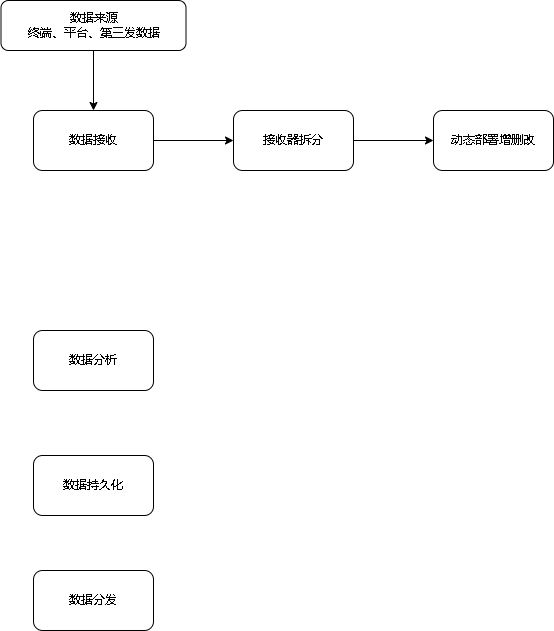
This is 808后台架构.drawio.png from xktder/draw, a draw.io export, as it was before one commit. Source tidied: cells renumbered, new cells last; positions are measured from the earlier drawing's top-left corner, leaving out a move shared by most shapes. Its diagram source:
```xml
<mxGraphModel>
  <root>
    <mxCell id="0" />
    <mxCell id="1" parent="0" />
    <mxCell id="2" style="edgeStyle=orthogonalEdgeStyle;rounded=0;jettySize=auto;html=1;entryX=0.5;entryY=0;entryDx=0;entryDy=0;curved=1;" parent="1" edge="1" source="3" target="5">
      <mxGeometry relative="1" as="geometry" />
    </mxCell>
    <mxCell id="3" value="数据来源&lt;br&gt;终端、平台、第三发数据" style="rounded=1;whiteSpace=wrap;html=1;" parent="1" vertex="1">
      <mxGeometry x="-0.5" width="185" height="50" as="geometry" />
    </mxCell>
    <mxCell id="4" style="edgeStyle=orthogonalEdgeStyle;curved=1;rounded=0;jettySize=auto;html=1;" parent="1" edge="1" source="5" target="10">
      <mxGeometry relative="1" as="geometry" />
    </mxCell>
    <mxCell id="5" value="数据接收" style="rounded=1;whiteSpace=wrap;html=1;" parent="1" vertex="1">
      <mxGeometry x="32" y="110" width="120" height="60" as="geometry" />
    </mxCell>
    <mxCell id="6" value="数据分析" style="rounded=1;whiteSpace=wrap;html=1;" parent="1" vertex="1">
      <mxGeometry x="32" y="330" width="120" height="60" as="geometry" />
    </mxCell>
    <mxCell id="7" value="数据持久化" style="rounded=1;whiteSpace=wrap;html=1;" parent="1" vertex="1">
      <mxGeometry x="32" y="455" width="120" height="60" as="geometry" />
    </mxCell>
    <mxCell id="8" value="数据分发" style="rounded=1;whiteSpace=wrap;html=1;" parent="1" vertex="1">
      <mxGeometry x="32" y="570" width="120" height="60" as="geometry" />
    </mxCell>
    <mxCell id="9" style="edgeStyle=orthogonalEdgeStyle;curved=1;rounded=0;jettySize=auto;html=1;" parent="1" edge="1" source="10" target="11">
      <mxGeometry relative="1" as="geometry" />
    </mxCell>
    <mxCell id="10" value="接收器拆分" style="whiteSpace=wrap;html=1;rounded=1;" parent="1" vertex="1">
      <mxGeometry x="232" y="110" width="120" height="60" as="geometry" />
    </mxCell>
    <mxCell id="11" value="动态部署增删改" style="whiteSpace=wrap;html=1;rounded=1;" parent="1" vertex="1">
      <mxGeometry x="432" y="110" width="120" height="60" as="geometry" />
    </mxCell>
  </root>
</mxGraphModel>
```
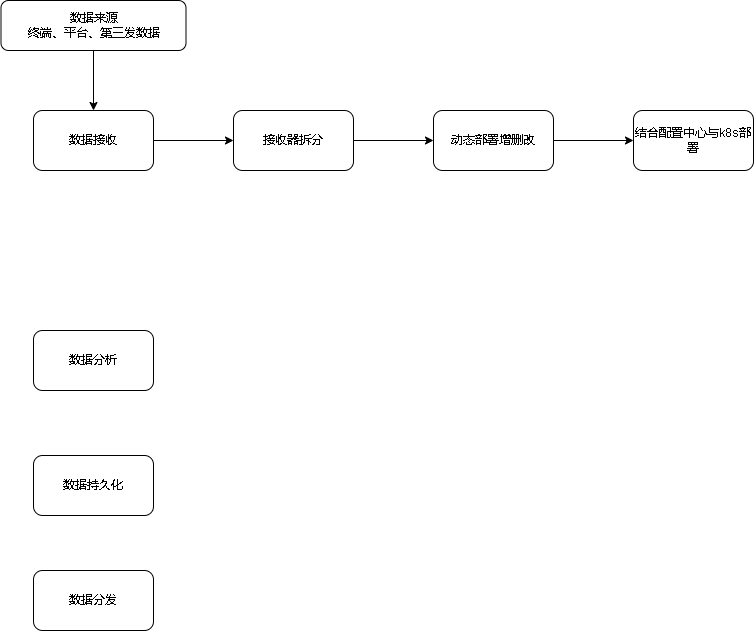
After the commit.

Commit message:
更新808后台架构.drawio.png

Diff of the diagram source:
```diff
@@ -29,8 +29,14 @@
     <mxCell id="10" value="接收器拆分" style="whiteSpace=wrap;html=1;rounded=1;" parent="1" vertex="1">
       <mxGeometry x="232" y="110" width="120" height="60" as="geometry" />
     </mxCell>
+    <mxCell id="12" style="edgeStyle=orthogonalEdgeStyle;curved=1;rounded=0;jettySize=auto;html=1;" parent="1" edge="1" source="11" target="13">
+      <mxGeometry relative="1" as="geometry" />
+    </mxCell>
     <mxCell id="11" value="动态部署增删改" style="whiteSpace=wrap;html=1;rounded=1;" parent="1" vertex="1">
       <mxGeometry x="432" y="110" width="120" height="60" as="geometry" />
     </mxCell>
+    <mxCell id="13" value="结合配置中心与k8s部署" style="whiteSpace=wrap;html=1;rounded=1;" parent="1" vertex="1">
+      <mxGeometry x="632" y="110" width="120" height="60" as="geometry" />
+    </mxCell>
   </root>
 </mxGraphModel>
```
